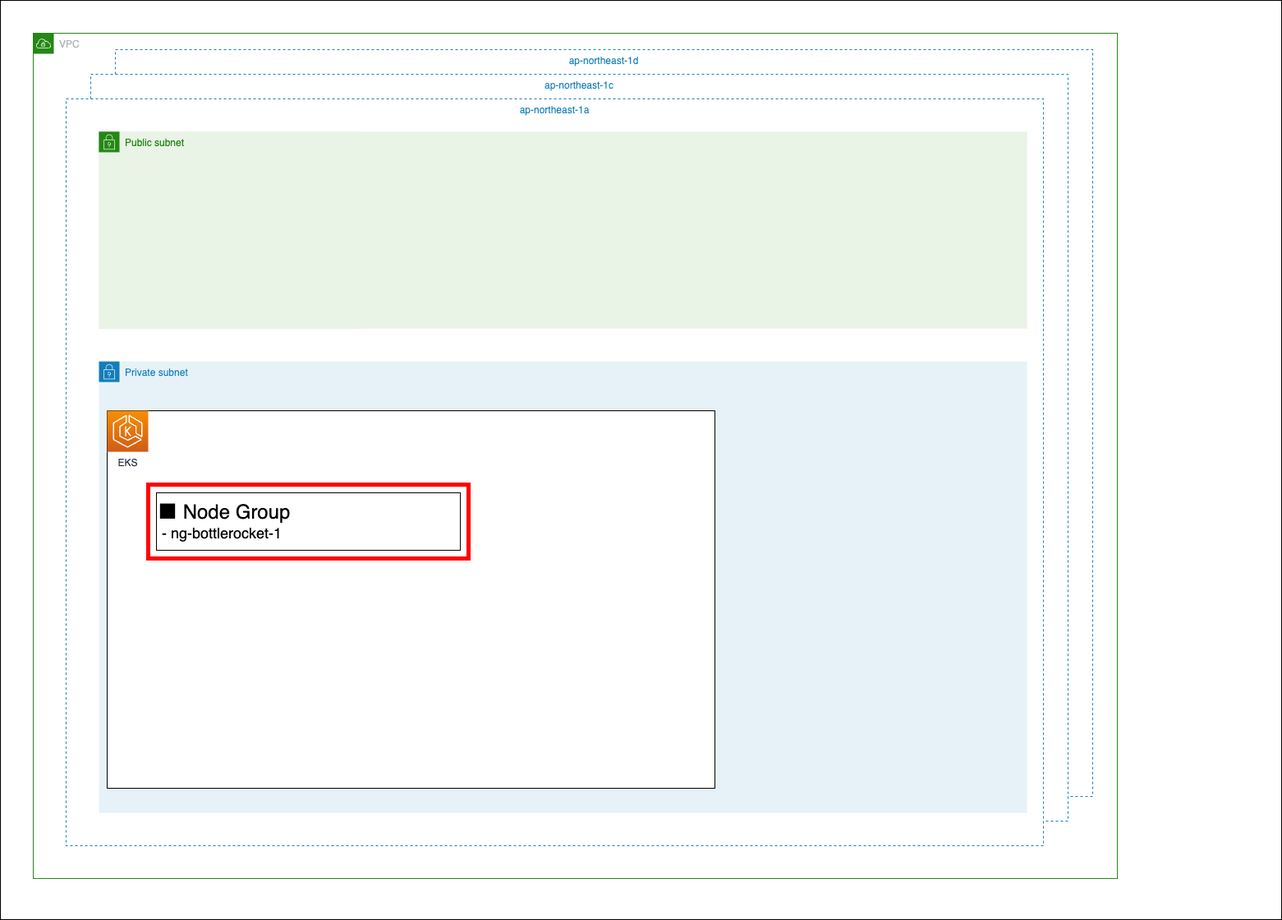
The draw.io diagram docs/drawio/chapter_05/architecture.drawio.png in ng3rdstmadgke/terraform-tutorial-eks, before a commit. Source tidied: cells renumbered, new cells last; positions are measured from the earlier drawing's top-left corner, leaving out a move shared by most shapes.
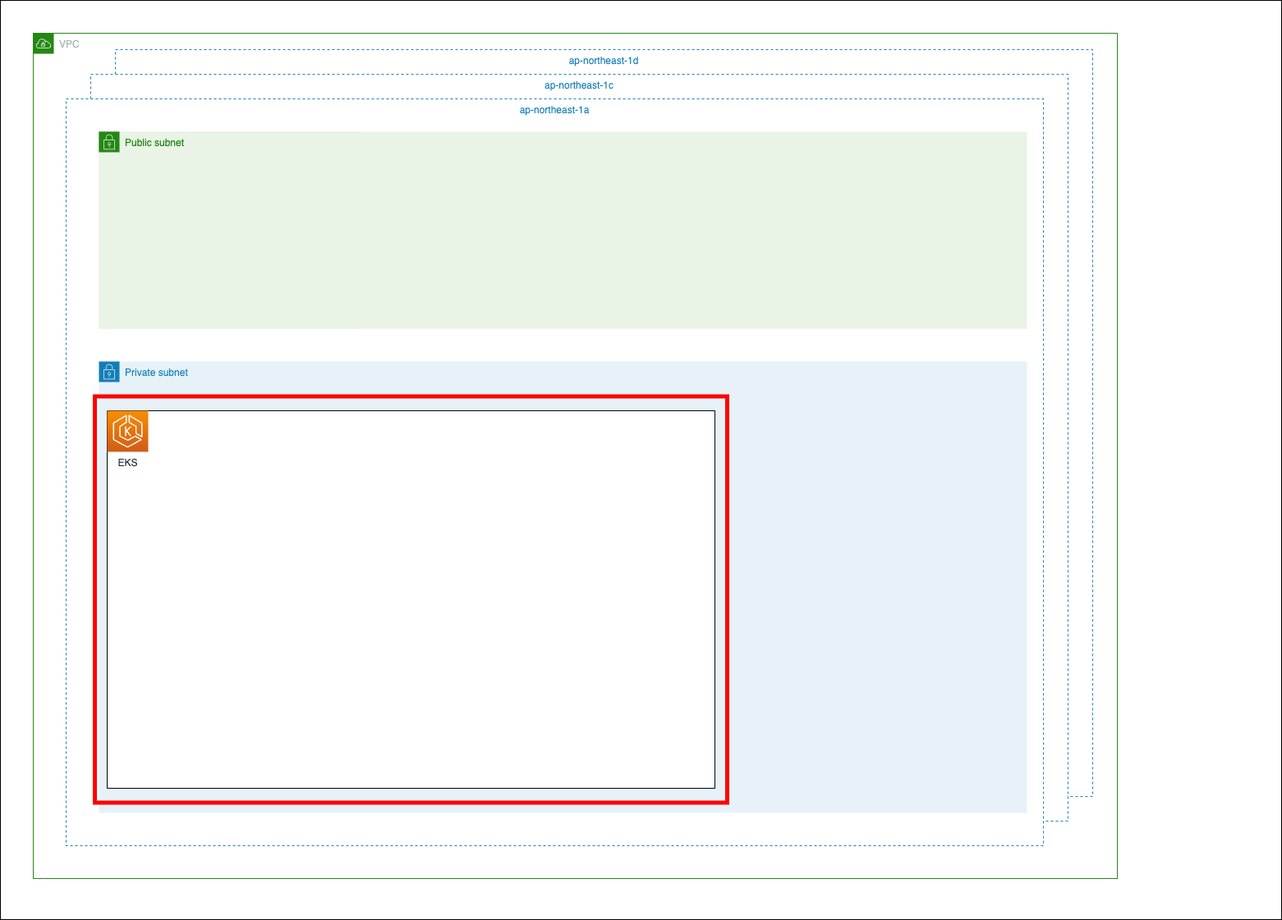
The same diagram one commit later.

What changed in the source:
```diff
@@ -32,11 +32,8 @@
     <mxCell id="11" value="Public subnet" style="gradientColor=none;html=1;whiteSpace=wrap;fontSize=12;fontStyle=0;shape=mxgraph.aws4.group;grIcon=mxgraph.aws4.group_security_group;grStroke=0;strokeColor=#248814;fillColor=#E9F3E6;verticalAlign=top;align=left;spacingLeft=30;fontColor=#248814;dashed=0;" parent="1" vertex="1">
       <mxGeometry x="120" y="160" width="1130" height="240" as="geometry" />
     </mxCell>
-    <mxCell id="12" value="&lt;font style=&quot;&quot;&gt;&lt;font style=&quot;font-size: 24px;&quot;&gt;■ Node Group&lt;/font&gt;&lt;br&gt;&lt;span style=&quot;font-size: 18px;&quot;&gt;&amp;nbsp;-&amp;nbsp;ng-bottlerocket-1&lt;/span&gt;&lt;br&gt;&lt;/font&gt;" style="rounded=0;whiteSpace=wrap;html=1;labelBackgroundColor=#FFFFFF;fontSize=14;align=left;" parent="1" vertex="1">
-      <mxGeometry x="190" y="600" width="370" height="70" as="geometry" />
-    </mxCell>
     <mxCell id="13" style="rounded=0;whiteSpace=wrap;html=1;fillColor=none;strokeColor=#FF0000;strokeWidth=5;" parent="1" vertex="1">
-      <mxGeometry x="180" y="590" width="390" height="90" as="geometry" />
+      <mxGeometry x="115" y="482.5" width="770" height="495" as="geometry" />
     </mxCell>
   </root>
 </mxGraphModel>
```
